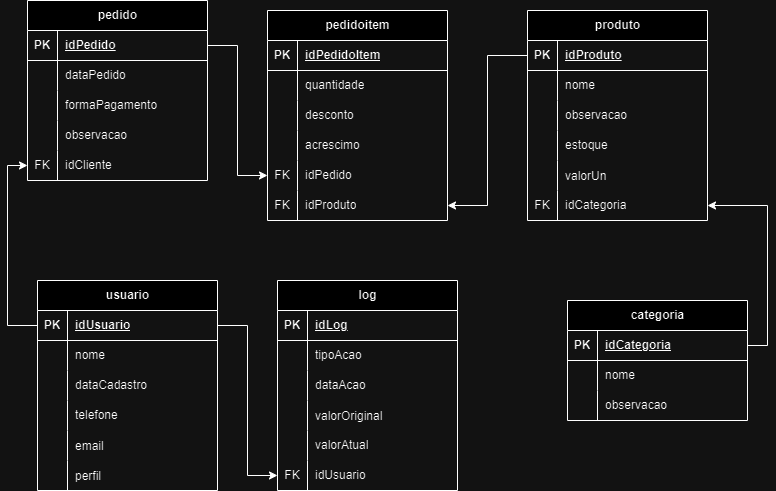
The draw.io diagram Trabalho Grupo 3 - API Restful.png in Monerat/Serratec-Projeto-APIRestfull-Grupo3, before a commit. Source tidied: cells renumbered, new cells last; positions are measured from the earlier drawing's top-left corner, leaving out a move shared by most shapes.
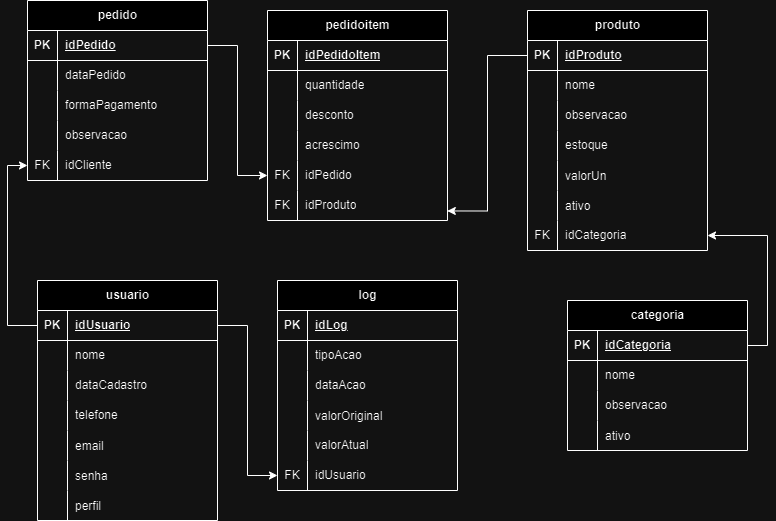
After the change.

Commit message:
Alterando o DER para adicionar o atributo ativo para produto e categoria

The edit, as a diff of the source:
```diff
@@ -51,7 +51,7 @@
       <mxGeometry x="30" width="150" height="30" as="geometry" />
     </mxCell>
     <mxCell id="18" value="usuario" style="shape=table;startSize=30;rowLines=0;fontStyle=1;align=center;html=1;" parent="1" vertex="1">
-      <mxGeometry x="10" y="280" width="180" height="210" as="geometry" />
+      <mxGeometry x="10" y="280" width="180" height="240" as="geometry" />
     </mxCell>
     <mxCell id="19" style="shape=tableRow;horizontal=0;startSize=0;swimlaneHead=0;swimlaneBody=0;fillColor=none;points=[[0,0.5],[1,0.5]];portConstraint=eastwest;top=0;left=0;right=0;bottom=1;" parent="18" vertex="1">
       <mxGeometry y="30" width="180" height="30" as="geometry" />
@@ -98,8 +98,17 @@
     <mxCell id="33" value="email" style="shape=partialRectangle;fillColor=none;top=0;left=0;bottom=0;right=0;align=left;spacingLeft=6;overflow=hidden;" parent="31" vertex="1">
       <mxGeometry x="30" width="150" height="30" as="geometry" />
     </mxCell>
+    <mxCell id="109" style="shape=tableRow;horizontal=0;startSize=0;swimlaneHead=0;swimlaneBody=0;fillColor=none;top=0;left=0;right=0;bottom=0;" parent="18" vertex="1">
+      <mxGeometry y="180" width="180" height="30" as="geometry" />
+    </mxCell>
+    <mxCell id="110" style="shape=partialRectangle;fillColor=none;top=0;left=0;bottom=0;right=0;overflow=hidden;" parent="109" vertex="1">
+      <mxGeometry width="30" height="30" as="geometry" />
+    </mxCell>
+    <mxCell id="111" value="senha" style="shape=partialRectangle;fillColor=none;top=0;left=0;bottom=0;right=0;align=left;spacingLeft=6;overflow=hidden;" parent="109" vertex="1">
+      <mxGeometry x="30" width="150" height="30" as="geometry" />
+    </mxCell>
     <mxCell id="34" style="shape=tableRow;horizontal=0;startSize=0;swimlaneHead=0;swimlaneBody=0;fillColor=none;top=0;left=0;right=0;bottom=0;" parent="18" vertex="1">
-      <mxGeometry y="180" width="180" height="30" as="geometry" />
+      <mxGeometry y="210" width="180" height="30" as="geometry" />
     </mxCell>
     <mxCell id="35" style="shape=partialRectangle;fillColor=none;top=0;left=0;bottom=0;right=0;overflow=hidden;" parent="34" vertex="1">
       <mxGeometry width="30" height="30" as="geometry" />
@@ -227,11 +236,8 @@
     <mxCell id="76" value="idProduto" style="shape=partialRectangle;fillColor=none;top=0;left=0;bottom=0;right=0;align=left;spacingLeft=6;fontStyle=0;overflow=hidden;whiteSpace=wrap;html=1;" parent="74" vertex="1">
       <mxGeometry x="30" width="150" height="30" as="geometry" />
     </mxCell>
-    <mxCell id="77" style="edgeStyle=orthogonalEdgeStyle;rounded=0;jettySize=auto;html=1;exitX=1;exitY=0.5;exitDx=0;exitDy=0;entryX=0;entryY=0.5;entryDx=0;entryDy=0;" parent="1" edge="1" source="3" target="71">
-      <mxGeometry relative="1" as="geometry" />
-    </mxCell>
     <mxCell id="78" value="produto" style="shape=table;startSize=30;rowLines=0;fontStyle=1;align=center;html=1;" parent="1" vertex="1">
-      <mxGeometry x="500" y="10" width="180" height="210" as="geometry" />
+      <mxGeometry x="500" y="10" width="180" height="240" as="geometry" />
     </mxCell>
     <mxCell id="79" style="shape=tableRow;horizontal=0;startSize=0;swimlaneHead=0;swimlaneBody=0;fillColor=none;points=[[0,0.5],[1,0.5]];portConstraint=eastwest;top=0;left=0;right=0;bottom=1;" parent="78" vertex="1">
       <mxGeometry y="30" width="180" height="30" as="geometry" />
@@ -278,8 +284,17 @@
     <mxCell id="93" value="valorUn" style="shape=partialRectangle;fillColor=none;top=0;left=0;bottom=0;right=0;align=left;spacingLeft=6;overflow=hidden;" parent="91" vertex="1">
       <mxGeometry x="30" width="150" height="30" as="geometry" />
     </mxCell>
+    <mxCell id="112" style="shape=tableRow;horizontal=0;startSize=0;swimlaneHead=0;swimlaneBody=0;fillColor=none;top=0;left=0;right=0;bottom=0;" parent="78" vertex="1">
+      <mxGeometry y="180" width="180" height="30" as="geometry" />
+    </mxCell>
+    <mxCell id="113" style="shape=partialRectangle;fillColor=none;top=0;left=0;bottom=0;right=0;overflow=hidden;" parent="112" vertex="1">
+      <mxGeometry width="30" height="30" as="geometry" />
+    </mxCell>
+    <mxCell id="114" value="ativo" style="shape=partialRectangle;fillColor=none;top=0;left=0;bottom=0;right=0;align=left;spacingLeft=6;overflow=hidden;" parent="112" vertex="1">
+      <mxGeometry x="30" width="150" height="30" as="geometry" />
+    </mxCell>
     <mxCell id="94" style="shape=tableRow;horizontal=0;startSize=0;swimlaneHead=0;swimlaneBody=0;fillColor=none;points=[[0,0.5],[1,0.5]];portConstraint=eastwest;top=0;left=0;right=0;bottom=0;" parent="78" vertex="1">
-      <mxGeometry y="180" width="180" height="30" as="geometry" />
+      <mxGeometry y="210" width="180" height="30" as="geometry" />
     </mxCell>
     <mxCell id="95" value="FK" style="shape=partialRectangle;fillColor=none;top=0;left=0;bottom=0;right=0;fontStyle=0;overflow=hidden;whiteSpace=wrap;html=1;" parent="94" vertex="1">
       <mxGeometry width="30" height="30" as="geometry" />
@@ -287,11 +302,8 @@
     <mxCell id="96" value="idCategoria" style="shape=partialRectangle;fillColor=none;top=0;left=0;bottom=0;right=0;align=left;spacingLeft=6;fontStyle=0;overflow=hidden;whiteSpace=wrap;html=1;" parent="94" vertex="1">
       <mxGeometry x="30" width="150" height="30" as="geometry" />
     </mxCell>
-    <mxCell id="97" style="edgeStyle=orthogonalEdgeStyle;rounded=0;jettySize=auto;html=1;exitX=0;exitY=0.5;exitDx=0;exitDy=0;entryX=1;entryY=0.5;entryDx=0;entryDy=0;" parent="1" edge="1" source="79" target="74">
-      <mxGeometry relative="1" as="geometry" />
-    </mxCell>
     <mxCell id="98" value="categoria" style="shape=table;startSize=30;rowLines=0;fontStyle=1;align=center;html=1;" parent="1" vertex="1">
-      <mxGeometry x="540" y="300" width="180" height="120" as="geometry" />
+      <mxGeometry x="540" y="300" width="180" height="150" as="geometry" />
     </mxCell>
     <mxCell id="99" style="shape=tableRow;horizontal=0;startSize=0;swimlaneHead=0;swimlaneBody=0;fillColor=none;points=[[0,0.5],[1,0.5]];portConstraint=eastwest;top=0;left=0;right=0;bottom=1;" parent="98" vertex="1">
       <mxGeometry y="30" width="180" height="30" as="geometry" />
@@ -320,8 +332,23 @@
     <mxCell id="107" value="observacao" style="shape=partialRectangle;fillColor=none;top=0;left=0;bottom=0;right=0;align=left;spacingLeft=6;overflow=hidden;whiteSpace=wrap;html=1;" parent="105" vertex="1">
       <mxGeometry x="30" width="150" height="30" as="geometry" />
     </mxCell>
+    <mxCell id="115" style="shape=tableRow;horizontal=0;startSize=0;swimlaneHead=0;swimlaneBody=0;fillColor=none;top=0;left=0;right=0;bottom=0;" parent="98" vertex="1">
+      <mxGeometry y="120" width="180" height="30" as="geometry" />
+    </mxCell>
+    <mxCell id="116" style="shape=partialRectangle;fillColor=none;top=0;left=0;bottom=0;right=0;overflow=hidden;" parent="115" vertex="1">
+      <mxGeometry width="30" height="30" as="geometry" />
+    </mxCell>
+    <mxCell id="117" value="ativo" style="shape=partialRectangle;fillColor=none;top=0;left=0;bottom=0;right=0;align=left;spacingLeft=6;overflow=hidden;" parent="115" vertex="1">
+      <mxGeometry x="30" width="150" height="30" as="geometry" />
+    </mxCell>
     <mxCell id="108" style="edgeStyle=orthogonalEdgeStyle;rounded=0;jettySize=auto;html=1;exitX=1;exitY=0.5;exitDx=0;exitDy=0;entryX=1;entryY=0.5;entryDx=0;entryDy=0;" parent="1" edge="1" source="99" target="94">
       <mxGeometry relative="1" as="geometry" />
     </mxCell>
+    <mxCell id="77" style="edgeStyle=orthogonalEdgeStyle;rounded=0;jettySize=auto;html=1;exitX=1;exitY=0.5;exitDx=0;exitDy=0;entryX=0;entryY=0.5;entryDx=0;entryDy=0;" parent="1" edge="1" source="3" target="71">
+      <mxGeometry relative="1" as="geometry" />
+    </mxCell>
+    <mxCell id="97" style="edgeStyle=orthogonalEdgeStyle;rounded=0;jettySize=auto;html=1;exitX=0;exitY=0.5;exitDx=0;exitDy=0;entryX=0.999;entryY=0.682;entryDx=0;entryDy=0;entryPerimeter=0;" parent="1" edge="1" source="79" target="74">
+      <mxGeometry relative="1" as="geometry" />
+    </mxCell>
   </root>
 </mxGraphModel>
```
